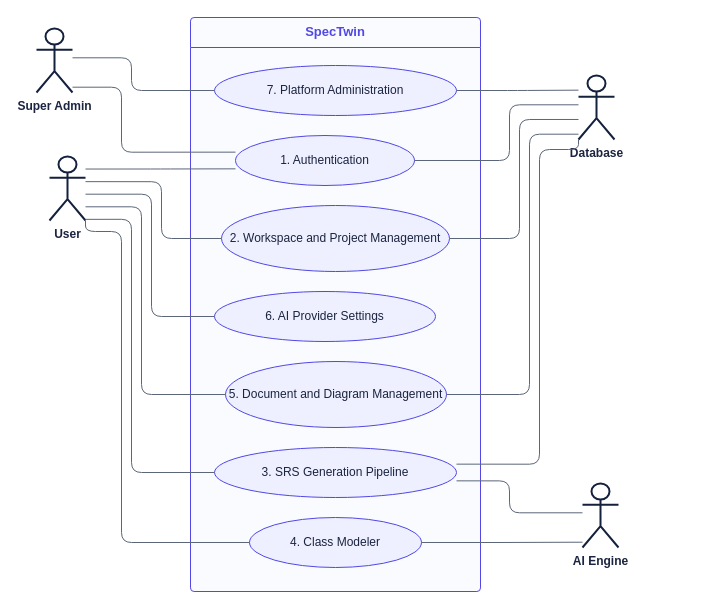
Above: page "Fig 2 - Level 1 Use Case Diagram of SpecTwin" (2 of 24) of docs/report/SpecTwin_Diagrams.drawio in sazidmahin/SPL-3 (draw.io), before the change. Source tidied: cells renumbered, new cells numbered last; positions are measured from the earlier drawing's top-left corner, leaving out a move shared by most shapes. Both pictures are drawn from the tidied source at 100%, with x=0, y=0 at pixel (36, 17).
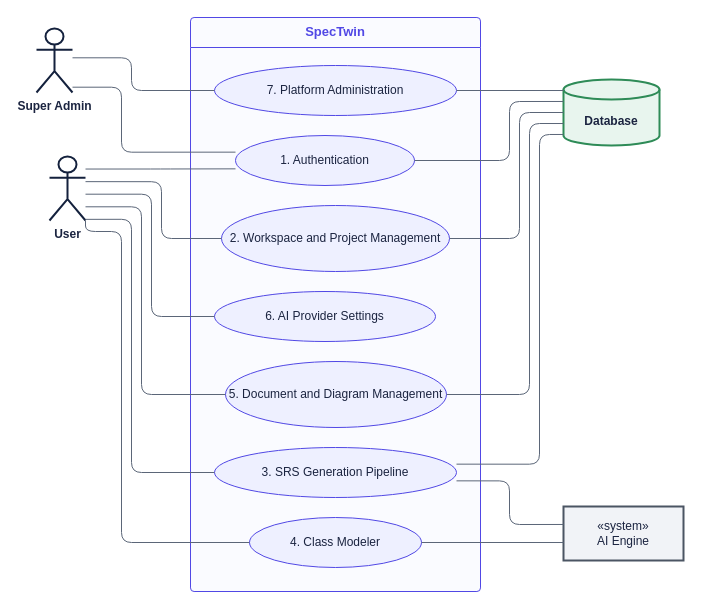
After the change.

Commit message (it also covers changes not shown here):
docs: show system actors as system shapes and make Figure 13 a whole-pipeline state diagram

Database is drawn as a cylinder and AI engines, email and other services
as <<system>> boxes; only people stay as stick-figure actors. Figure 13
now covers the full run: six stages, completion, publishing, failure
and reopen paths. The report text and states table are updated to match.

Unchanged cells that the change refers to:
```xml
<mxCell id="7" value="1. Authentication" style="shape=ellipse;perimeter=ellipsePerimeter;whiteSpace=wrap;html=1;fillColor=#EEF0FF;strokeColor=#5148E5;fontColor=#1B2440;fontFamily=Helvetica;fontSize=12;" parent="6" vertex="1">
  <mxGeometry x="45" y="118" width="179" height="50" as="geometry" />
</mxCell>
<mxCell id="8" value="2. Workspace and Project Management" style="shape=ellipse;perimeter=ellipsePerimeter;whiteSpace=wrap;html=1;fillColor=#EEF0FF;strokeColor=#5148E5;fontColor=#1B2440;fontFamily=Helvetica;fontSize=12;" parent="6" vertex="1">
  <mxGeometry x="31" y="188" width="228" height="66" as="geometry" />
</mxCell>
<mxCell id="9" value="3. SRS Generation Pipeline" style="shape=ellipse;perimeter=ellipsePerimeter;whiteSpace=wrap;html=1;fillColor=#EEF0FF;strokeColor=#5148E5;fontColor=#1B2440;fontFamily=Helvetica;fontSize=12;" parent="6" vertex="1">
  <mxGeometry x="24" y="430" width="242" height="50" as="geometry" />
</mxCell>
<mxCell id="10" value="4. Class Modeler" style="shape=ellipse;perimeter=ellipsePerimeter;whiteSpace=wrap;html=1;fillColor=#EEF0FF;strokeColor=#5148E5;fontColor=#1B2440;fontFamily=Helvetica;fontSize=12;" parent="6" vertex="1">
  <mxGeometry x="59" y="500" width="172" height="50" as="geometry" />
</mxCell>
<mxCell id="11" value="5. Document and Diagram Management" style="shape=ellipse;perimeter=ellipsePerimeter;whiteSpace=wrap;html=1;fillColor=#EEF0FF;strokeColor=#5148E5;fontColor=#1B2440;fontFamily=Helvetica;fontSize=12;" parent="6" vertex="1">
  <mxGeometry x="35" y="344" width="221" height="66" as="geometry" />
</mxCell>
<mxCell id="13" value="7. Platform Administration" style="shape=ellipse;perimeter=ellipsePerimeter;whiteSpace=wrap;html=1;fillColor=#EEF0FF;strokeColor=#5148E5;fontColor=#1B2440;fontFamily=Helvetica;fontSize=12;" parent="6" vertex="1">
  <mxGeometry x="24" y="48" width="242" height="50" as="geometry" />
</mxCell>
```

The edit, as a diff of the source:
```diff
@@
-    <mxCell id="4" value="AI Engine" style="shape=umlActor;verticalLabelPosition=bottom;verticalAlign=top;html=1;outlineConnect=0;fillColor=#FFFFFF;strokeColor=#14213D;strokeWidth=2;fontColor=#1B2440;fontStyle=1;fontFamily=Helvetica;fontSize=12;" parent="1" vertex="1">
-      <mxGeometry x="546" y="466" width="36" height="64" as="geometry" />
+    <mxCell id="4" value="«system»&lt;br&gt;AI Engine" style="rounded=0;whiteSpace=wrap;html=1;fillColor=#F1F3F7;strokeColor=#4B5563;strokeWidth=2;fontColor=#1B2440;fontFamily=Helvetica;fontSize=12;" parent="1" vertex="1">
+      <mxGeometry x="527" y="489" width="120" height="54" as="geometry" />
     </mxCell>
-    <mxCell id="5" value="Database" style="shape=umlActor;verticalLabelPosition=bottom;verticalAlign=top;html=1;outlineConnect=0;fillColor=#FFFFFF;strokeColor=#14213D;strokeWidth=2;fontColor=#1B2440;fontStyle=1;fontFamily=Helvetica;fontSize=12;" parent="1" vertex="1">
-      <mxGeometry x="542" y="58" width="36" height="64" as="geometry" />
+    <mxCell id="5" value="Database" style="shape=cylinder3;whiteSpace=wrap;html=1;boundedLbl=1;backgroundOutline=1;size=10;fillColor=#E8F5EE;strokeColor=#2E8B57;strokeWidth=2;fontColor=#1B2440;fontStyle=1;fontFamily=Helvetica;fontSize=12;" parent="1" vertex="1">
+      <mxGeometry x="527" y="62" width="96" height="66" as="geometry" />
     </mxCell>
@@
-    <mxCell id="22" style="edgeStyle=orthogonalEdgeStyle;rounded=1;html=1;strokeColor=#5B6678;fontColor=#1B2440;fontSize=11;labelBackgroundColor=#FFFFFF;endArrow=none;exitX=1.000;exitY=0.667;exitDx=0;exitDy=0;exitPerimeter=0;entryX=0.000;entryY=0.458;entryDx=0;entryDy=0;entryPerimeter=0;" parent="1" edge="1" source="9" target="4">
+    <mxCell id="22" style="edgeStyle=orthogonalEdgeStyle;rounded=1;html=1;strokeColor=#5B6678;fontColor=#1B2440;fontSize=11;labelBackgroundColor=#FFFFFF;endArrow=none;exitX=1.000;exitY=0.667;exitDx=0;exitDy=0;exitPerimeter=0;entryX=0.000;entryY=0.333;entryDx=0;entryDy=0;entryPerimeter=0;" parent="1" edge="1" source="9" target="4">
       <mxGeometry relative="1" as="geometry">
         <Array as="points">
           <mxPoint x="473" y="463" />
-          <mxPoint x="473" y="496" />
+          <mxPoint x="473" y="507" />
         </Array>
       </mxGeometry>
     </mxCell>
-    <mxCell id="23" style="edgeStyle=orthogonalEdgeStyle;rounded=1;html=1;strokeColor=#5B6678;fontColor=#1B2440;fontSize=11;labelBackgroundColor=#FFFFFF;endArrow=none;exitX=1.000;exitY=0.500;exitDx=0;exitDy=0;exitPerimeter=0;entryX=0.000;entryY=0.917;entryDx=0;entryDy=0;entryPerimeter=0;" parent="1" edge="1" source="10" target="4">
+    <mxCell id="23" style="edgeStyle=orthogonalEdgeStyle;rounded=1;html=1;strokeColor=#5B6678;fontColor=#1B2440;fontSize=11;labelBackgroundColor=#FFFFFF;endArrow=none;exitX=1.000;exitY=0.500;exitDx=0;exitDy=0;exitPerimeter=0;entryX=0.000;entryY=0.667;entryDx=0;entryDy=0;entryPerimeter=0;" parent="1" edge="1" source="10" target="4">
       <mxGeometry relative="1" as="geometry" />
     </mxCell>
-    <mxCell id="24" style="edgeStyle=orthogonalEdgeStyle;rounded=1;html=1;strokeColor=#5B6678;fontColor=#1B2440;fontSize=11;labelBackgroundColor=#FFFFFF;endArrow=none;exitX=1.000;exitY=0.500;exitDx=0;exitDy=0;exitPerimeter=0;entryX=0.000;entryY=0.458;entryDx=0;entryDy=0;entryPerimeter=0;" parent="1" edge="1" source="7" target="5">
+    <mxCell id="24" style="edgeStyle=orthogonalEdgeStyle;rounded=1;html=1;strokeColor=#5B6678;fontColor=#1B2440;fontSize=11;labelBackgroundColor=#FFFFFF;endArrow=none;exitX=1.000;exitY=0.500;exitDx=0;exitDy=0;exitPerimeter=0;entryX=0.000;entryY=0.333;entryDx=0;entryDy=0;entryPerimeter=0;" parent="1" edge="1" source="7" target="5">
       <mxGeometry relative="1" as="geometry">
         <Array as="points">
           <mxPoint x="473" y="143" />
-          <mxPoint x="473" y="88" />
+          <mxPoint x="473" y="84" />
         </Array>
       </mxGeometry>
     </mxCell>
-    <mxCell id="25" style="edgeStyle=orthogonalEdgeStyle;rounded=1;html=1;strokeColor=#5B6678;fontColor=#1B2440;fontSize=11;labelBackgroundColor=#FFFFFF;endArrow=none;exitX=1.000;exitY=0.500;exitDx=0;exitDy=0;exitPerimeter=0;entryX=0.000;entryY=0.687;entryDx=0;entryDy=0;entryPerimeter=0;" parent="1" edge="1" source="8" target="5">
+    <mxCell id="25" style="edgeStyle=orthogonalEdgeStyle;rounded=1;html=1;strokeColor=#5B6678;fontColor=#1B2440;fontSize=11;labelBackgroundColor=#FFFFFF;endArrow=none;exitX=1.000;exitY=0.500;exitDx=0;exitDy=0;exitPerimeter=0;entryX=0.000;entryY=0.500;entryDx=0;entryDy=0;entryPerimeter=0;" parent="1" edge="1" source="8" target="5">
       <mxGeometry relative="1" as="geometry">
         <Array as="points">
           <mxPoint x="483" y="221" />
-          <mxPoint x="483" y="102" />
+          <mxPoint x="483" y="95" />
         </Array>
       </mxGeometry>
     </mxCell>
-    <mxCell id="26" style="edgeStyle=orthogonalEdgeStyle;rounded=1;html=1;strokeColor=#5B6678;fontColor=#1B2440;fontSize=11;labelBackgroundColor=#FFFFFF;endArrow=none;exitX=1.000;exitY=0.333;exitDx=0;exitDy=0;exitPerimeter=0;entryX=0.000;entryY=1.000;entryDx=0;entryDy=0;entryPerimeter=0;" parent="1" edge="1" source="9" target="5">
+    <mxCell id="26" style="edgeStyle=orthogonalEdgeStyle;rounded=1;html=1;strokeColor=#5B6678;fontColor=#1B2440;fontSize=11;labelBackgroundColor=#FFFFFF;endArrow=none;exitX=1.000;exitY=0.333;exitDx=0;exitDy=0;exitPerimeter=0;entryX=0.000;entryY=0.833;entryDx=0;entryDy=0;entryPerimeter=0;" parent="1" edge="1" source="9" target="5">
       <mxGeometry relative="1" as="geometry">
         <Array as="points">
           <mxPoint x="503" y="447" />
-          <mxPoint x="503" y="132" />
+          <mxPoint x="503" y="117" />
         </Array>
       </mxGeometry>
     </mxCell>
-    <mxCell id="27" style="edgeStyle=orthogonalEdgeStyle;rounded=1;html=1;strokeColor=#5B6678;fontColor=#1B2440;fontSize=11;labelBackgroundColor=#FFFFFF;endArrow=none;exitX=1.000;exitY=0.500;exitDx=0;exitDy=0;exitPerimeter=0;entryX=0.000;entryY=0.917;entryDx=0;entryDy=0;entryPerimeter=0;" parent="1" edge="1" source="11" target="5">
+    <mxCell id="27" style="edgeStyle=orthogonalEdgeStyle;rounded=1;html=1;strokeColor=#5B6678;fontColor=#1B2440;fontSize=11;labelBackgroundColor=#FFFFFF;endArrow=none;exitX=1.000;exitY=0.500;exitDx=0;exitDy=0;exitPerimeter=0;entryX=0.000;entryY=0.667;entryDx=0;entryDy=0;entryPerimeter=0;" parent="1" edge="1" source="11" target="5">
       <mxGeometry relative="1" as="geometry">
         <Array as="points">
           <mxPoint x="493" y="377" />
-          <mxPoint x="493" y="117" />
+          <mxPoint x="493" y="106" />
         </Array>
       </mxGeometry>
     </mxCell>
-    <mxCell id="28" style="edgeStyle=orthogonalEdgeStyle;rounded=1;html=1;strokeColor=#5B6678;fontColor=#1B2440;fontSize=11;labelBackgroundColor=#FFFFFF;endArrow=none;exitX=1.000;exitY=0.500;exitDx=0;exitDy=0;exitPerimeter=0;entryX=0.000;entryY=0.229;entryDx=0;entryDy=0;entryPerimeter=0;" parent="1" edge="1" source="13" target="5">
+    <mxCell id="28" style="edgeStyle=orthogonalEdgeStyle;rounded=1;html=1;strokeColor=#5B6678;fontColor=#1B2440;fontSize=11;labelBackgroundColor=#FFFFFF;endArrow=none;exitX=1.000;exitY=0.500;exitDx=0;exitDy=0;exitPerimeter=0;entryX=0.000;entryY=0.167;entryDx=0;entryDy=0;entryPerimeter=0;" parent="1" edge="1" source="13" target="5">
       <mxGeometry relative="1" as="geometry" />
     </mxCell>
```
